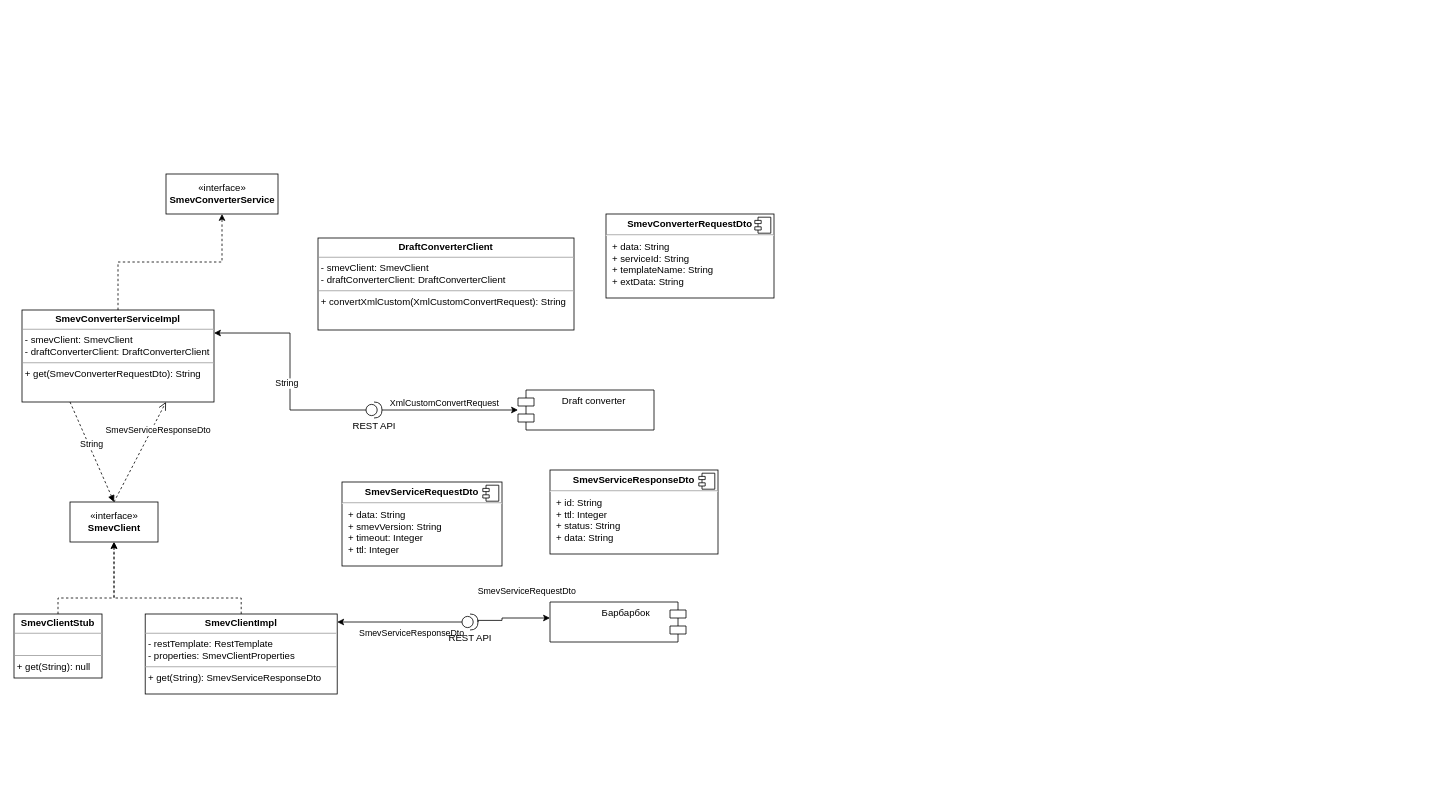
The draw.io diagram Untitled Diagram.drawio in levgenix/It_One, before the edit. Source tidied: cells renumbered, new cells numbered last; positions are measured from the earlier drawing's top-left corner, leaving out a move shared by most shapes. Both pictures are drawn from the tidied source at 80%, with x=0, y=0 at pixel (14, 174).
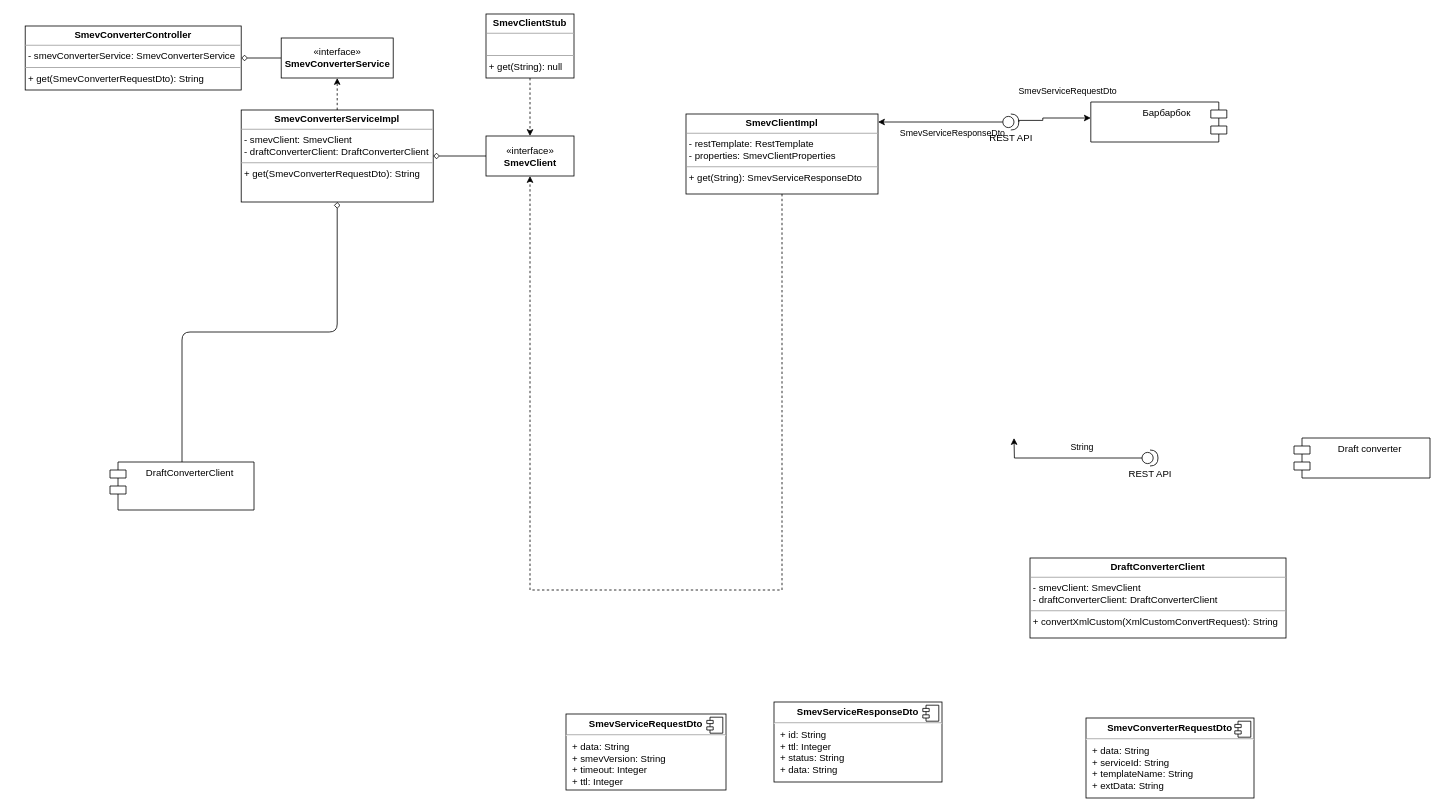
After the change.

What changed in the source:
```diff
@@
-    <mxCell id="2" style="edgeStyle=orthogonalEdgeStyle;rounded=0;jettySize=auto;html=1;exitX=0;exitY=0.5;exitDx=0;exitDy=0;entryX=1;entryY=0.25;entryDx=0;entryDy=0;exitPerimeter=0;" parent="1" edge="1" source="10" target="5">
-      <mxGeometry relative="1" as="geometry" />
+    <mxCell id="2" style="edgeStyle=orthogonalEdgeStyle;jettySize=auto;html=1;exitX=0;exitY=0.5;exitDx=0;exitDy=0;exitPerimeter=0;rounded=0;" parent="1" edge="1" source="10">
+      <mxGeometry relative="1" as="geometry">
+        <mxPoint x="1250" y="330" as="targetPoint" />
+      </mxGeometry>
     </mxCell>
-    <mxCell id="3" value="String" style="edgeLabel;html=1;align=center;verticalAlign=middle;" parent="2" vertex="1">
+    <mxCell id="3" value="String" style="edgeLabel;html=1;align=center;verticalAlign=middle;rounded=0;" parent="2" vertex="1">
       <mxGeometry x="-0.21" y="2" relative="1" as="geometry">
         <mxPoint x="-3" y="-16" as="offset" />
       </mxGeometry>
     </mxCell>
-    <mxCell id="4" style="edgeStyle=orthogonalEdgeStyle;rounded=0;jettySize=auto;html=1;dashed=1;" parent="1" edge="1" source="5" target="6">
+    <mxCell id="4" style="edgeStyle=orthogonalEdgeStyle;jettySize=auto;html=1;dashed=1;rounded=0;" parent="1" edge="1" source="5" target="6">
       <mxGeometry relative="1" as="geometry" />
     </mxCell>
+    <mxCell id="31" style="edgeStyle=orthogonalEdgeStyle;jettySize=auto;html=1;entryX=1;entryY=0.5;entryDx=0;entryDy=0;endArrow=diamond;endFill=0;exitX=0;exitY=0.5;exitDx=0;exitDy=0;" parent="1" edge="1" source="6" target="34">
+      <mxGeometry relative="1" as="geometry" />
+    </mxCell>
-    <mxCell id="5" value="&lt;p style=&quot;margin: 0px ; margin-top: 4px ; text-align: center&quot;&gt;&lt;b&gt;SmevConverterServiceImpl&lt;/b&gt;&lt;br&gt;&lt;/p&gt;&lt;hr size=&quot;1&quot;&gt;&lt;p style=&quot;margin: 0px ; margin-left: 4px&quot;&gt;&lt;span&gt;-&amp;nbsp;smevClient:&amp;nbsp;SmevClient&lt;/span&gt;&lt;br&gt;&lt;/p&gt;&lt;p style=&quot;margin: 0px ; margin-left: 4px&quot;&gt;- draftConverterClient: DraftConverterClient&lt;/p&gt;&lt;hr size=&quot;1&quot;&gt;&lt;p style=&quot;margin: 0px ; margin-left: 4px&quot;&gt;+ get(SmevConverterRequestDto): String&lt;/p&gt;" style="verticalAlign=top;align=left;overflow=fill;fontSize=12;fontFamily=Helvetica;html=1;" parent="1" vertex="1">
-      <mxGeometry x="10" y="170" width="240" height="115" as="geometry" />
+    <mxCell id="5" value="&lt;p style=&quot;margin: 0px ; margin-top: 4px ; text-align: center&quot;&gt;&lt;b&gt;SmevConverterServiceImpl&lt;/b&gt;&lt;br&gt;&lt;/p&gt;&lt;hr size=&quot;1&quot;&gt;&lt;p style=&quot;margin: 0px ; margin-left: 4px&quot;&gt;&lt;span&gt;-&amp;nbsp;smevClient:&amp;nbsp;SmevClient&lt;/span&gt;&lt;br&gt;&lt;/p&gt;&lt;p style=&quot;margin: 0px ; margin-left: 4px&quot;&gt;- draftConverterClient: DraftConverterClient&lt;/p&gt;&lt;hr size=&quot;1&quot;&gt;&lt;p style=&quot;margin: 0px ; margin-left: 4px&quot;&gt;+ get(SmevConverterRequestDto): String&lt;/p&gt;" style="verticalAlign=top;align=left;overflow=fill;fontSize=12;fontFamily=Helvetica;html=1;rounded=0;" parent="1" vertex="1">
+      <mxGeometry x="284" y="-80" width="240" height="115" as="geometry" />
     </mxCell>
-    <mxCell id="6" value="«interface»&lt;br&gt;&lt;b&gt;SmevConverterService&lt;/b&gt;" style="html=1;" parent="1" vertex="1">
-      <mxGeometry x="190" width="140" height="50" as="geometry" />
+    <mxCell id="6" value="«interface»&lt;br&gt;&lt;b&gt;SmevConverterService&lt;/b&gt;" style="html=1;rounded=0;" parent="1" vertex="1">
+      <mxGeometry x="334" y="-170" width="140" height="50" as="geometry" />
     </mxCell>
-    <mxCell id="7" value="Draft converter" style="shape=module;align=left;spacingLeft=20;align=center;verticalAlign=top;" parent="1" vertex="1">
-      <mxGeometry x="630" y="270" width="170" height="50" as="geometry" />
+    <mxCell id="7" value="Draft converter" style="shape=module;align=left;spacingLeft=20;align=center;verticalAlign=top;rounded=0;" parent="1" vertex="1">
+      <mxGeometry x="1600" y="330" width="170" height="50" as="geometry" />
     </mxCell>
-    <mxCell id="8" style="edgeStyle=orthogonalEdgeStyle;rounded=0;jettySize=auto;html=1;exitX=1;exitY=0.5;exitDx=0;exitDy=0;exitPerimeter=0;" parent="1" edge="1" source="10" target="7">
-      <mxGeometry relative="1" as="geometry" />
-    </mxCell>
-    <mxCell id="9" value="XmlCustomConvertRequest" style="edgeLabel;html=1;align=center;verticalAlign=middle;" parent="8" vertex="1">
-      <mxGeometry x="-0.23" y="-2" relative="1" as="geometry">
-        <mxPoint x="12" y="-12" as="offset" />
-      </mxGeometry>
-    </mxCell>
-    <mxCell id="10" value="REST API" style="shape=providedRequiredInterface;html=1;verticalLabelPosition=bottom;sketch=0;" parent="1" vertex="1">
-      <mxGeometry x="440" y="285" width="20" height="20" as="geometry" />
+    <mxCell id="10" value="REST API" style="shape=providedRequiredInterface;html=1;verticalLabelPosition=bottom;sketch=0;rounded=0;" parent="1" vertex="1">
+      <mxGeometry x="1410" y="345" width="20" height="20" as="geometry" />
     </mxCell>
-    <mxCell id="11" style="edgeStyle=orthogonalEdgeStyle;rounded=0;jettySize=auto;html=1;entryX=0.5;entryY=1;entryDx=0;entryDy=0;dashed=1;" parent="1" edge="1" source="12" target="19">
+    <mxCell id="11" style="edgeStyle=orthogonalEdgeStyle;jettySize=auto;html=1;entryX=0.5;entryY=1;entryDx=0;entryDy=0;dashed=1;rounded=0;" parent="1" edge="1" source="12" target="19">
       <mxGeometry relative="1" as="geometry">
         <Array as="points">
-          <mxPoint x="125" y="530" />
+          <mxPoint x="654" y="520" />
+          <mxPoint x="715" y="520" />
         </Array>
       </mxGeometry>
     </mxCell>
-    <mxCell id="12" value="&lt;p style=&quot;margin: 0px ; margin-top: 4px ; text-align: center&quot;&gt;&lt;b&gt;SmevClientImpl&lt;/b&gt;&lt;br&gt;&lt;/p&gt;&lt;hr size=&quot;1&quot;&gt;&lt;p style=&quot;margin: 0px ; margin-left: 4px&quot;&gt;&lt;span&gt;-&amp;nbsp;restTemplate:&amp;nbsp;RestTemplate&lt;/span&gt;&lt;br&gt;&lt;/p&gt;&lt;p style=&quot;margin: 0px ; margin-left: 4px&quot;&gt;- properties: SmevClientProperties&lt;/p&gt;&lt;hr size=&quot;1&quot;&gt;&lt;p style=&quot;margin: 0px ; margin-left: 4px&quot;&gt;+ get(String): SmevServiceResponseDto&lt;/p&gt;" style="verticalAlign=top;align=left;overflow=fill;fontSize=12;fontFamily=Helvetica;html=1;" parent="1" vertex="1">
-      <mxGeometry x="164" y="550" width="240" height="100" as="geometry" />
+    <mxCell id="12" value="&lt;p style=&quot;margin: 0px ; margin-top: 4px ; text-align: center&quot;&gt;&lt;b&gt;SmevClientImpl&lt;/b&gt;&lt;br&gt;&lt;/p&gt;&lt;hr size=&quot;1&quot;&gt;&lt;p style=&quot;margin: 0px ; margin-left: 4px&quot;&gt;&lt;span&gt;-&amp;nbsp;restTemplate:&amp;nbsp;RestTemplate&lt;/span&gt;&lt;br&gt;&lt;/p&gt;&lt;p style=&quot;margin: 0px ; margin-left: 4px&quot;&gt;- properties: SmevClientProperties&lt;/p&gt;&lt;hr size=&quot;1&quot;&gt;&lt;p style=&quot;margin: 0px ; margin-left: 4px&quot;&gt;+ get(String): SmevServiceResponseDto&lt;/p&gt;" style="verticalAlign=top;align=left;overflow=fill;fontSize=12;fontFamily=Helvetica;html=1;rounded=0;" parent="1" vertex="1">
+      <mxGeometry x="840" y="-75" width="240" height="100" as="geometry" />
     </mxCell>
-    <mxCell id="13" value="Барбарбок" style="shape=module;align=left;spacingLeft=20;align=center;verticalAlign=top;flipH=1;" parent="1" vertex="1">
-      <mxGeometry x="670" y="535" width="170" height="50" as="geometry" />
+    <mxCell id="13" value="Барбарбок" style="shape=module;align=left;spacingLeft=20;align=center;verticalAlign=top;flipH=1;rounded=0;" parent="1" vertex="1">
+      <mxGeometry x="1346" y="-90" width="170" height="50" as="geometry" />
     </mxCell>
-    <mxCell id="14" style="edgeStyle=orthogonalEdgeStyle;rounded=0;jettySize=auto;html=1;exitX=0;exitY=0.5;exitDx=0;exitDy=0;exitPerimeter=0;" parent="1" edge="1" source="18" target="12">
+    <mxCell id="14" style="edgeStyle=orthogonalEdgeStyle;jettySize=auto;html=1;exitX=0;exitY=0.5;exitDx=0;exitDy=0;exitPerimeter=0;rounded=0;" parent="1" edge="1" source="18" target="12">
       <mxGeometry relative="1" as="geometry">
         <Array as="points">
-          <mxPoint x="560" y="560" />
+          <mxPoint x="1236" y="-65" />
         </Array>
       </mxGeometry>
     </mxCell>
-    <mxCell id="15" value="SmevServiceResponseDto" style="edgeLabel;html=1;align=center;verticalAlign=middle;" parent="14" vertex="1">
+    <mxCell id="15" value="SmevServiceResponseDto" style="edgeLabel;html=1;align=center;verticalAlign=middle;rounded=0;" parent="14" vertex="1">
       <mxGeometry x="-0.19" relative="1" as="geometry">
         <mxPoint x="-1" y="13" as="offset" />
       </mxGeometry>
     </mxCell>
-    <mxCell id="16" style="edgeStyle=orthogonalEdgeStyle;rounded=0;jettySize=auto;html=1;exitX=1;exitY=0.5;exitDx=0;exitDy=0;exitPerimeter=0;" parent="1" edge="1" source="18" target="13">
+    <mxCell id="16" style="edgeStyle=orthogonalEdgeStyle;jettySize=auto;html=1;exitX=1;exitY=0.5;exitDx=0;exitDy=0;exitPerimeter=0;rounded=0;" parent="1" edge="1" source="18" target="13">
       <mxGeometry relative="1" as="geometry">
         <Array as="points">
-          <mxPoint x="580" y="558" />
-          <mxPoint x="610" y="558" />
-          <mxPoint x="610" y="555" />
+          <mxPoint x="1256" y="-67" />
+          <mxPoint x="1286" y="-67" />
+          <mxPoint x="1286" y="-70" />
         </Array>
       </mxGeometry>
     </mxCell>
-    <mxCell id="17" value="SmevServiceRequestDto" style="edgeLabel;html=1;align=center;verticalAlign=middle;" parent="16" vertex="1">
+    <mxCell id="17" value="SmevServiceRequestDto" style="edgeLabel;html=1;align=center;verticalAlign=middle;rounded=0;" parent="16" vertex="1">
       <mxGeometry x="-0.05" y="-1" relative="1" as="geometry">
         <mxPoint x="20" y="-36" as="offset" />
       </mxGeometry>
     </mxCell>
-    <mxCell id="18" value="REST API" style="shape=providedRequiredInterface;html=1;verticalLabelPosition=bottom;sketch=0;" parent="1" vertex="1">
-      <mxGeometry x="560" y="550" width="20" height="20" as="geometry" />
+    <mxCell id="18" value="REST API" style="shape=providedRequiredInterface;html=1;verticalLabelPosition=bottom;sketch=0;rounded=0;" parent="1" vertex="1">
+      <mxGeometry x="1236" y="-75" width="20" height="20" as="geometry" />
     </mxCell>
+    <mxCell id="30" style="edgeStyle=orthogonalEdgeStyle;jettySize=auto;html=1;entryX=1;entryY=0.5;entryDx=0;entryDy=0;endArrow=diamond;endFill=0;" parent="1" edge="1" source="19" target="5">
+      <mxGeometry relative="1" as="geometry" />
+    </mxCell>
-    <mxCell id="19" value="«interface»&lt;br&gt;&lt;b&gt;SmevClient&lt;/b&gt;" style="html=1;" parent="1" vertex="1">
-      <mxGeometry x="70" y="410" width="110" height="50" as="geometry" />
+    <mxCell id="19" value="«interface»&lt;br&gt;&lt;b&gt;SmevClient&lt;/b&gt;" style="html=1;rounded=0;" parent="1" vertex="1">
+      <mxGeometry x="590" y="-47.5" width="110" height="50" as="geometry" />
     </mxCell>
-    <mxCell id="20" style="edgeStyle=orthogonalEdgeStyle;rounded=0;jettySize=auto;html=1;entryX=0.5;entryY=1;entryDx=0;entryDy=0;dashed=1;" parent="1" edge="1" source="21" target="19">
+    <mxCell id="20" style="edgeStyle=orthogonalEdgeStyle;jettySize=auto;html=1;entryX=0.5;entryY=0;entryDx=0;entryDy=0;dashed=1;rounded=0;exitX=0.5;exitY=1;exitDx=0;exitDy=0;" parent="1" edge="1" source="21" target="19">
       <mxGeometry relative="1" as="geometry">
         <Array as="points">
-          <mxPoint x="55" y="530" />
-          <mxPoint x="125" y="530" />
+          <mxPoint x="645" y="-80" />
+          <mxPoint x="645" y="-80" />
         </Array>
       </mxGeometry>
     </mxCell>
-    <mxCell id="21" value="&lt;p style=&quot;margin: 0px ; margin-top: 4px ; text-align: center&quot;&gt;&lt;b&gt;SmevClientStub&lt;/b&gt;&lt;br&gt;&lt;/p&gt;&lt;hr size=&quot;1&quot;&gt;&lt;p style=&quot;margin: 0px ; margin-left: 4px&quot;&gt;&lt;br&gt;&lt;/p&gt;&lt;hr size=&quot;1&quot;&gt;&lt;p style=&quot;margin: 0px ; margin-left: 4px&quot;&gt;+ get(String): null&lt;/p&gt;" style="verticalAlign=top;align=left;overflow=fill;fontSize=12;fontFamily=Helvetica;html=1;" parent="1" vertex="1">
-      <mxGeometry y="550" width="110" height="80" as="geometry" />
+    <mxCell id="21" value="&lt;p style=&quot;margin: 0px ; margin-top: 4px ; text-align: center&quot;&gt;&lt;b&gt;SmevClientStub&lt;/b&gt;&lt;br&gt;&lt;/p&gt;&lt;hr size=&quot;1&quot;&gt;&lt;p style=&quot;margin: 0px ; margin-left: 4px&quot;&gt;&lt;br&gt;&lt;/p&gt;&lt;hr size=&quot;1&quot;&gt;&lt;p style=&quot;margin: 0px ; margin-left: 4px&quot;&gt;+ get(String): null&lt;/p&gt;" style="verticalAlign=top;align=left;overflow=fill;fontSize=12;fontFamily=Helvetica;html=1;rounded=0;" parent="1" vertex="1">
+      <mxGeometry x="590" y="-200" width="110" height="80" as="geometry" />
     </mxCell>
-    <mxCell id="22" value="&lt;p style=&quot;margin: 0px ; margin-top: 4px ; text-align: center&quot;&gt;&lt;b&gt;DraftConverterClient&lt;/b&gt;&lt;br&gt;&lt;/p&gt;&lt;hr size=&quot;1&quot;&gt;&lt;p style=&quot;margin: 0px ; margin-left: 4px&quot;&gt;&lt;span&gt;-&amp;nbsp;smevClient:&amp;nbsp;SmevClient&lt;/span&gt;&lt;br&gt;&lt;/p&gt;&lt;p style=&quot;margin: 0px ; margin-left: 4px&quot;&gt;- draftConverterClient: DraftConverterClient&lt;/p&gt;&lt;hr size=&quot;1&quot;&gt;&lt;p style=&quot;margin: 0px ; margin-left: 4px&quot;&gt;+ convertXmlCustom(XmlCustomConvertRequest): String&lt;/p&gt;" style="verticalAlign=top;align=left;overflow=fill;fontSize=12;fontFamily=Helvetica;html=1;" parent="1" vertex="1">
-      <mxGeometry x="380" y="80" width="320" height="115" as="geometry" />
+    <mxCell id="22" value="&lt;p style=&quot;margin: 0px ; margin-top: 4px ; text-align: center&quot;&gt;&lt;b&gt;DraftConverterClient&lt;/b&gt;&lt;br&gt;&lt;/p&gt;&lt;hr size=&quot;1&quot;&gt;&lt;p style=&quot;margin: 0px ; margin-left: 4px&quot;&gt;&lt;span&gt;-&amp;nbsp;smevClient:&amp;nbsp;SmevClient&lt;/span&gt;&lt;br&gt;&lt;/p&gt;&lt;p style=&quot;margin: 0px ; margin-left: 4px&quot;&gt;- draftConverterClient: DraftConverterClient&lt;/p&gt;&lt;hr size=&quot;1&quot;&gt;&lt;p style=&quot;margin: 0px ; margin-left: 4px&quot;&gt;+ convertXmlCustom(XmlCustomConvertRequest): String&lt;/p&gt;" style="verticalAlign=top;align=left;overflow=fill;fontSize=12;fontFamily=Helvetica;html=1;rounded=0;" parent="1" vertex="1">
+      <mxGeometry x="1270" y="480" width="320" height="100" as="geometry" />
     </mxCell>
-    <mxCell id="23" value="&lt;p style=&quot;margin: 0px ; margin-top: 6px ; text-align: center&quot;&gt;&lt;b&gt;SmevServiceRequestDto&lt;/b&gt;&lt;br&gt;&lt;/p&gt;&lt;hr&gt;&lt;p style=&quot;margin: 0px ; margin-left: 8px&quot;&gt;+ data: String&lt;br&gt;+ smevVersion: String&lt;/p&gt;&lt;p style=&quot;margin: 0px ; margin-left: 8px&quot;&gt;+&amp;nbsp;timeout:&amp;nbsp;Integer&lt;/p&gt;&lt;p style=&quot;margin: 0px ; margin-left: 8px&quot;&gt;+ ttl: Integer&lt;/p&gt;" style="align=left;overflow=fill;html=1;" parent="1" vertex="1">
-      <mxGeometry x="410" y="385" width="200" height="105" as="geometry" />
+    <mxCell id="23" value="&lt;p style=&quot;margin: 0px ; margin-top: 6px ; text-align: center&quot;&gt;&lt;b&gt;SmevServiceRequestDto&lt;/b&gt;&lt;br&gt;&lt;/p&gt;&lt;hr&gt;&lt;p style=&quot;margin: 0px ; margin-left: 8px&quot;&gt;+ data: String&lt;br&gt;+ smevVersion: String&lt;/p&gt;&lt;p style=&quot;margin: 0px ; margin-left: 8px&quot;&gt;+&amp;nbsp;timeout:&amp;nbsp;Integer&lt;/p&gt;&lt;p style=&quot;margin: 0px ; margin-left: 8px&quot;&gt;+ ttl: Integer&lt;/p&gt;" style="align=left;overflow=fill;html=1;rounded=0;" parent="1" vertex="1">
+      <mxGeometry x="690" y="675" width="200" height="95" as="geometry" />
     </mxCell>
-    <mxCell id="24" style="shape=component;jettyWidth=8;jettyHeight=4;" parent="23" vertex="1">
+    <mxCell id="24" style="shape=component;jettyWidth=8;jettyHeight=4;rounded=0;" parent="23" vertex="1">
       <mxGeometry x="1" width="20" height="20" relative="1" as="geometry">
         <mxPoint x="-24" y="4" as="offset" />
       </mxGeometry>
     </mxCell>
-    <mxCell id="25" value="&lt;p style=&quot;margin: 0px ; margin-top: 6px ; text-align: center&quot;&gt;&lt;b&gt;SmevServiceResponseDto&lt;/b&gt;&lt;br&gt;&lt;/p&gt;&lt;hr&gt;&lt;p style=&quot;margin: 0px ; margin-left: 8px&quot;&gt;+ id: String&lt;br&gt;+ ttl: Integer&lt;/p&gt;&lt;p style=&quot;margin: 0px ; margin-left: 8px&quot;&gt;+&amp;nbsp;status: String&lt;/p&gt;&lt;p style=&quot;margin: 0px ; margin-left: 8px&quot;&gt;+ data: String&lt;/p&gt;" style="align=left;overflow=fill;html=1;" parent="1" vertex="1">
-      <mxGeometry x="670" y="370" width="210" height="105" as="geometry" />
+    <mxCell id="25" value="&lt;p style=&quot;margin: 0px ; margin-top: 6px ; text-align: center&quot;&gt;&lt;b&gt;SmevServiceResponseDto&lt;/b&gt;&lt;br&gt;&lt;/p&gt;&lt;hr&gt;&lt;p style=&quot;margin: 0px ; margin-left: 8px&quot;&gt;+ id: String&lt;br&gt;+ ttl: Integer&lt;/p&gt;&lt;p style=&quot;margin: 0px ; margin-left: 8px&quot;&gt;+&amp;nbsp;status: String&lt;/p&gt;&lt;p style=&quot;margin: 0px ; margin-left: 8px&quot;&gt;+ data: String&lt;/p&gt;" style="align=left;overflow=fill;html=1;rounded=0;" parent="1" vertex="1">
+      <mxGeometry x="950" y="660" width="210" height="100" as="geometry" />
     </mxCell>
-    <mxCell id="26" style="shape=component;jettyWidth=8;jettyHeight=4;" parent="25" vertex="1">
+    <mxCell id="26" style="shape=component;jettyWidth=8;jettyHeight=4;rounded=0;" parent="25" vertex="1">
       <mxGeometry x="1" width="20" height="20" relative="1" as="geometry">
         <mxPoint x="-24" y="4" as="offset" />
       </mxGeometry>
     </mxCell>
-    <mxCell id="27" value="&lt;p style=&quot;margin: 0px ; margin-top: 6px ; text-align: center&quot;&gt;&lt;b&gt;SmevConverterRequestDto&lt;/b&gt;&lt;br&gt;&lt;/p&gt;&lt;hr&gt;&lt;p style=&quot;margin: 0px ; margin-left: 8px&quot;&gt;+ data: String&lt;br&gt;+ serviceId: String&lt;/p&gt;&lt;p style=&quot;margin: 0px ; margin-left: 8px&quot;&gt;+&amp;nbsp;templateName:&amp;nbsp;String&lt;/p&gt;&lt;p style=&quot;margin: 0px ; margin-left: 8px&quot;&gt;+ extData: String&lt;/p&gt;" style="align=left;overflow=fill;html=1;" parent="1" vertex="1">
-      <mxGeometry x="740" y="50" width="210" height="105" as="geometry" />
+    <mxCell id="27" value="&lt;p style=&quot;margin: 0px ; margin-top: 6px ; text-align: center&quot;&gt;&lt;b&gt;SmevConverterRequestDto&lt;/b&gt;&lt;br&gt;&lt;/p&gt;&lt;hr&gt;&lt;p style=&quot;margin: 0px ; margin-left: 8px&quot;&gt;+ data: String&lt;br&gt;+ serviceId: String&lt;/p&gt;&lt;p style=&quot;margin: 0px ; margin-left: 8px&quot;&gt;+&amp;nbsp;templateName:&amp;nbsp;String&lt;/p&gt;&lt;p style=&quot;margin: 0px ; margin-left: 8px&quot;&gt;+ extData: String&lt;/p&gt;" style="align=left;overflow=fill;html=1;rounded=0;" parent="1" vertex="1">
+      <mxGeometry x="1340" y="680" width="210" height="100" as="geometry" />
     </mxCell>
-    <mxCell id="28" style="shape=component;jettyWidth=8;jettyHeight=4;" parent="27" vertex="1">
+    <mxCell id="28" style="shape=component;jettyWidth=8;jettyHeight=4;rounded=0;" parent="27" vertex="1">
       <mxGeometry x="1" width="20" height="20" relative="1" as="geometry">
         <mxPoint x="-24" y="4" as="offset" />
       </mxGeometry>
     </mxCell>
-    <mxCell id="29" value="String" style="html=1;verticalAlign=bottom;endArrow=block;rounded=0;dashed=1;exitX=0.25;exitY=1;exitDx=0;exitDy=0;entryX=0.5;entryY=0;entryDx=0;entryDy=0;" parent="1" edge="1" source="5" target="19">
-      <mxGeometry relative="1" as="geometry" />
-    </mxCell>
-    <mxCell id="30" value="SmevServiceResponseDto" style="html=1;verticalAlign=bottom;endArrow=open;dashed=1;endSize=8;rounded=0;entryX=0.75;entryY=1;entryDx=0;entryDy=0;exitX=0.5;exitY=0;exitDx=0;exitDy=0;" parent="1" edge="1" source="19" target="5">
-      <mxGeometry x="0.37" y="-12" relative="1" as="geometry" />
-    </mxCell>
+    <mxCell id="32" style="edgeStyle=orthogonalEdgeStyle;jettySize=auto;html=1;entryX=0.5;entryY=1;entryDx=0;entryDy=0;endArrow=diamond;endFill=0;" parent="1" edge="1" source="33" target="5">
+      <mxGeometry relative="1" as="geometry" />
+    </mxCell>
+    <mxCell id="33" value="DraftConverterClient" style="shape=module;align=left;spacingLeft=20;align=center;verticalAlign=top;" parent="1" vertex="1">
+      <mxGeometry x="120" y="360" width="180" height="60" as="geometry" />
+    </mxCell>
+    <mxCell id="34" value="&lt;p style=&quot;margin: 0px ; margin-top: 4px ; text-align: center&quot;&gt;&lt;b&gt;SmevConverterController&lt;/b&gt;&lt;br&gt;&lt;/p&gt;&lt;hr size=&quot;1&quot;&gt;&lt;p style=&quot;margin: 0px ; margin-left: 4px&quot;&gt;&lt;span&gt;- smevConverterService: SmevConverterService&lt;/span&gt;&lt;br&gt;&lt;/p&gt;&lt;hr size=&quot;1&quot;&gt;&lt;p style=&quot;margin: 0px ; margin-left: 4px&quot;&gt;+ get(SmevConverterRequestDto): String&lt;/p&gt;" style="verticalAlign=top;align=left;overflow=fill;fontSize=12;fontFamily=Helvetica;html=1;rounded=0;" parent="1" vertex="1">
+      <mxGeometry x="14" y="-185" width="270" height="80" as="geometry" />
+    </mxCell>
```
